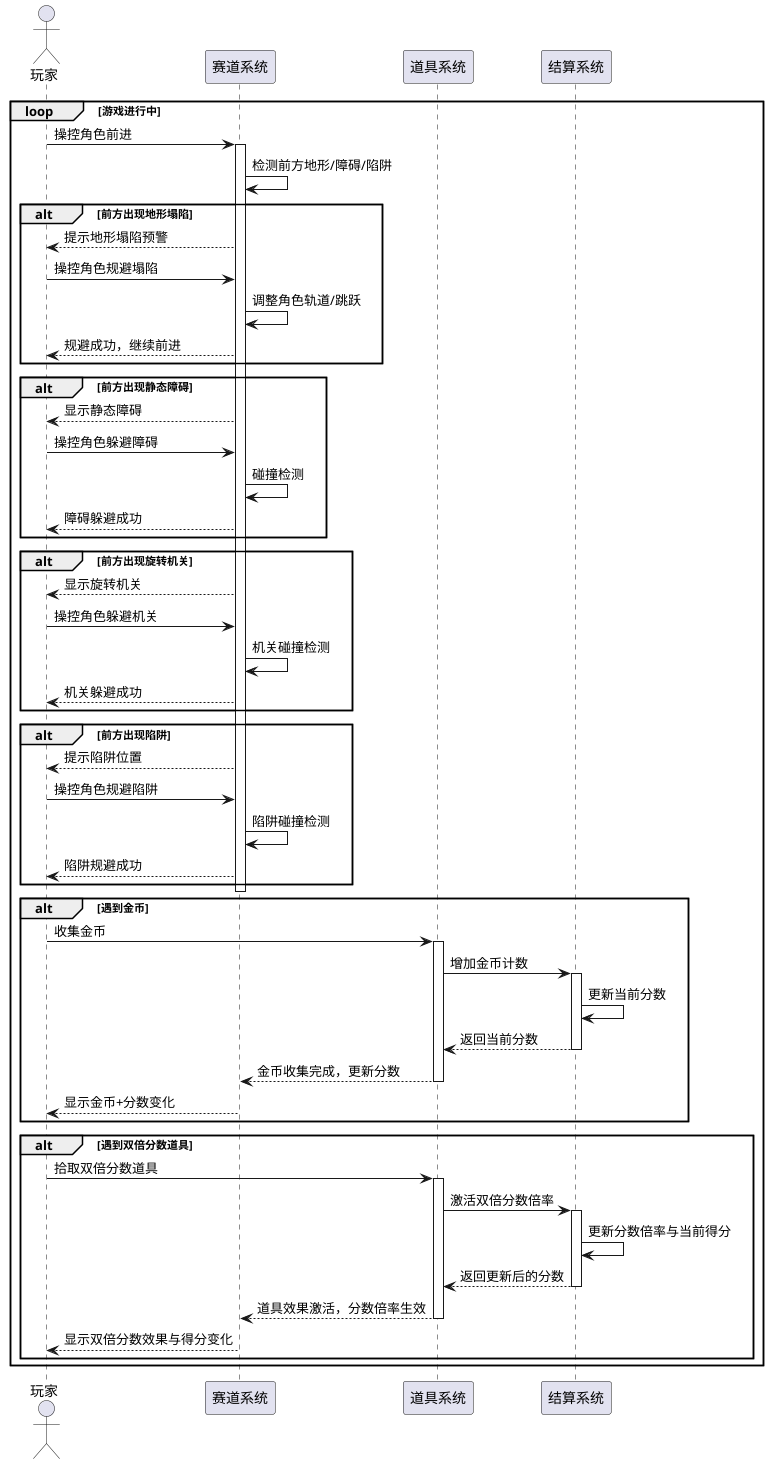
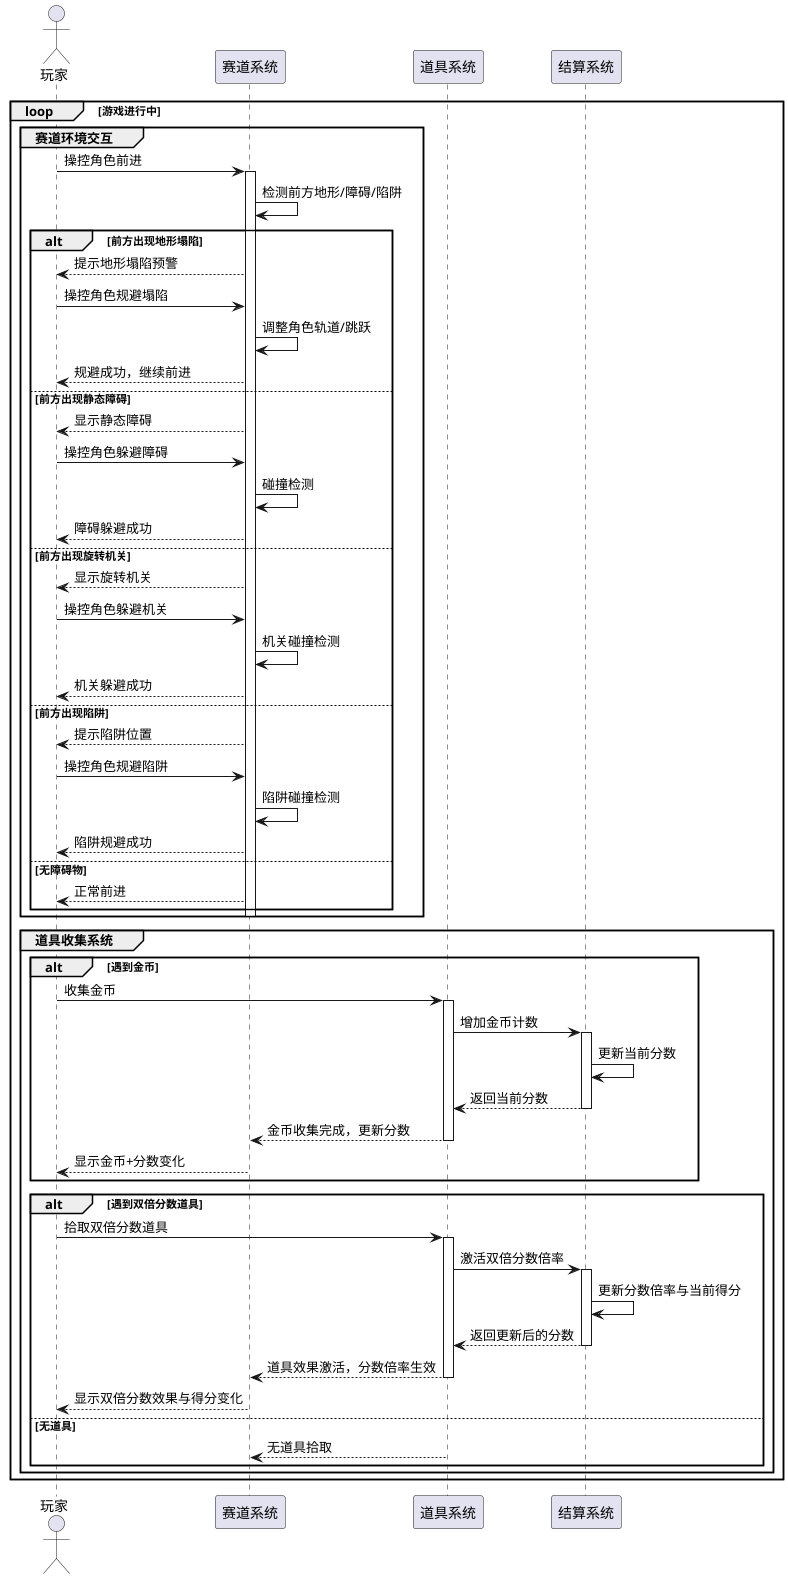
- @startuml 子模块B: 赛道环境与道具系统时序图
+ @startuml 子模块B_赛道环境与道具系统时序图
' 参与者定义
actor 玩家
participant 赛道系统 as TrackSys
participant 道具系统 as ItemSys
participant 结算系统 as ScoreSys

' 游戏进行中主循环
loop 游戏进行中
-     ' 玩家操作与赛道交互
-     玩家 -> TrackSys: 操控角色前进
-     activate TrackSys
-     TrackSys -> TrackSys: 检测前方地形/障碍/陷阱
+     group 赛道环境交互
+         ' 玩家操作与赛道交互
+         玩家 -> TrackSys: 操控角色前进
+         activate TrackSys
+         TrackSys -> TrackSys: 检测前方地形/障碍/陷阱

-     ' 地形塌陷场景
-     alt 前方出现地形塌陷
-         TrackSys --> 玩家: 提示地形塌陷预警
-         玩家 -> TrackSys: 操控角色规避塌陷
-         TrackSys -> TrackSys: 调整角色轨道/跳跃
-         TrackSys --> 玩家: 规避成功，继续前进
+         alt 前方出现地形塌陷
+             TrackSys --> 玩家: 提示地形塌陷预警
+             玩家 -> TrackSys: 操控角色规避塌陷
+             TrackSys -> TrackSys: 调整角色轨道/跳跃
+             TrackSys --> 玩家: 规避成功，继续前进
+         else 前方出现静态障碍
+             TrackSys --> 玩家: 显示静态障碍
+             玩家 -> TrackSys: 操控角色躲避障碍
+             TrackSys -> TrackSys: 碰撞检测
+             TrackSys --> 玩家: 障碍躲避成功
+         else 前方出现旋转机关
+             TrackSys --> 玩家: 显示旋转机关
+             玩家 -> TrackSys: 操控角色躲避机关
+             TrackSys -> TrackSys: 机关碰撞检测
+             TrackSys --> 玩家: 机关躲避成功
+         else 前方出现陷阱
+             TrackSys --> 玩家: 提示陷阱位置
+             玩家 -> TrackSys: 操控角色规避陷阱
+             TrackSys -> TrackSys: 陷阱碰撞检测
+             TrackSys --> 玩家: 陷阱规避成功
+         else 无障碍物
+             TrackSys --> 玩家: 正常前进
+         end
+         deactivate TrackSys
    end

-     ' 静态障碍场景
-     alt 前方出现静态障碍
-         TrackSys --> 玩家: 显示静态障碍
-         玩家 -> TrackSys: 操控角色躲避障碍
-         TrackSys -> TrackSys: 碰撞检测
-         TrackSys --> 玩家: 障碍躲避成功
-     end
+     group 道具收集系统
+         ' 金币收集场景（包含查看得分）
+         alt 遇到金币
+             玩家 -> ItemSys: 收集金币
+             activate ItemSys
+             ItemSys -> ScoreSys: 增加金币计数
+             activate ScoreSys
+             ScoreSys -> ScoreSys: 更新当前分数
+             ScoreSys --> ItemSys: 返回当前分数
+             deactivate ScoreSys
+             ItemSys --> TrackSys: 金币收集完成，更新分数
+             deactivate ItemSys
+             TrackSys --> 玩家: 显示金币+分数变化
+         end

-     ' 旋转机关场景
-     alt 前方出现旋转机关
-         TrackSys --> 玩家: 显示旋转机关
-         玩家 -> TrackSys: 操控角色躲避机关
-         TrackSys -> TrackSys: 机关碰撞检测
-         TrackSys --> 玩家: 机关躲避成功
-     end
- 
-     ' 陷阱场景
-     alt 前方出现陷阱
-         TrackSys --> 玩家: 提示陷阱位置
-         玩家 -> TrackSys: 操控角色规避陷阱
-         TrackSys -> TrackSys: 陷阱碰撞检测
-         TrackSys --> 玩家: 陷阱规避成功
-     end
-     deactivate TrackSys
- 
-     ' 金币收集场景（包含查看得分）
-     alt 遇到金币
-         玩家 -> ItemSys: 收集金币
-         activate ItemSys
-         ItemSys -> ScoreSys: 增加金币计数
-         activate ScoreSys
-         ScoreSys -> ScoreSys: 更新当前分数
-         ScoreSys --> ItemSys: 返回当前分数
-         deactivate ScoreSys
-         ItemSys --> TrackSys: 金币收集完成，更新分数
-         deactivate ItemSys
-         TrackSys --> 玩家: 显示金币+分数变化
-     end
- 
-     ' 双倍分数道具场景（包含查看得分）
-     alt 遇到双倍分数道具
-         玩家 -> ItemSys: 拾取双倍分数道具
-         activate ItemSys
-         ItemSys -> ScoreSys: 激活双倍分数倍率
-         activate ScoreSys
-         ScoreSys -> ScoreSys: 更新分数倍率与当前得分
-         ScoreSys --> ItemSys: 返回更新后的分数
-         deactivate ScoreSys
-         ItemSys --> TrackSys: 道具效果激活，分数倍率生效
-         deactivate ItemSys
-         TrackSys --> 玩家: 显示双倍分数效果与得分变化
+         ' 双倍分数道具场景（包含查看得分）
+         alt 遇到双倍分数道具
+             玩家 -> ItemSys: 拾取双倍分数道具
+             activate ItemSys
+             ItemSys -> ScoreSys: 激活双倍分数倍率
+             activate ScoreSys
+             ScoreSys -> ScoreSys: 更新分数倍率与当前得分
+             ScoreSys --> ItemSys: 返回更新后的分数
+             deactivate ScoreSys
+             ItemSys --> TrackSys: 道具效果激活，分数倍率生效
+             deactivate ItemSys
+             TrackSys --> 玩家: 显示双倍分数效果与得分变化
+         else 无道具
+             ItemSys --> TrackSys: 无道具拾取
+         end
    end
end
@enduml